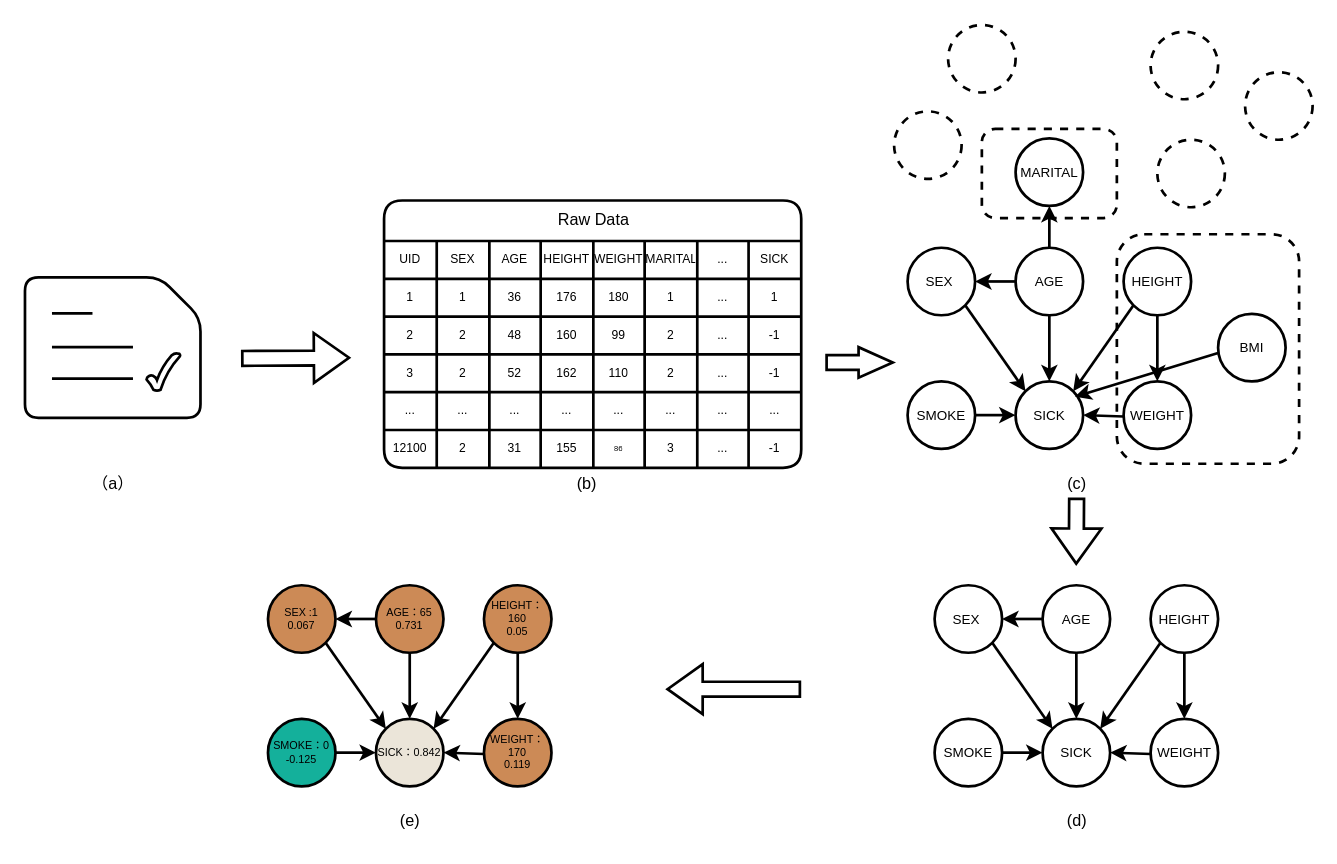
The draw.io diagram Untitled Diagram.drawio in pardonpardon/graph, before the edit. Source tidied: cells renumbered, new cells numbered last; positions are measured from the earlier drawing's top-left corner, leaving out a move shared by most shapes. Both pictures are drawn from the tidied source at 135%, with x=0, y=0 at pixel (24, 24).
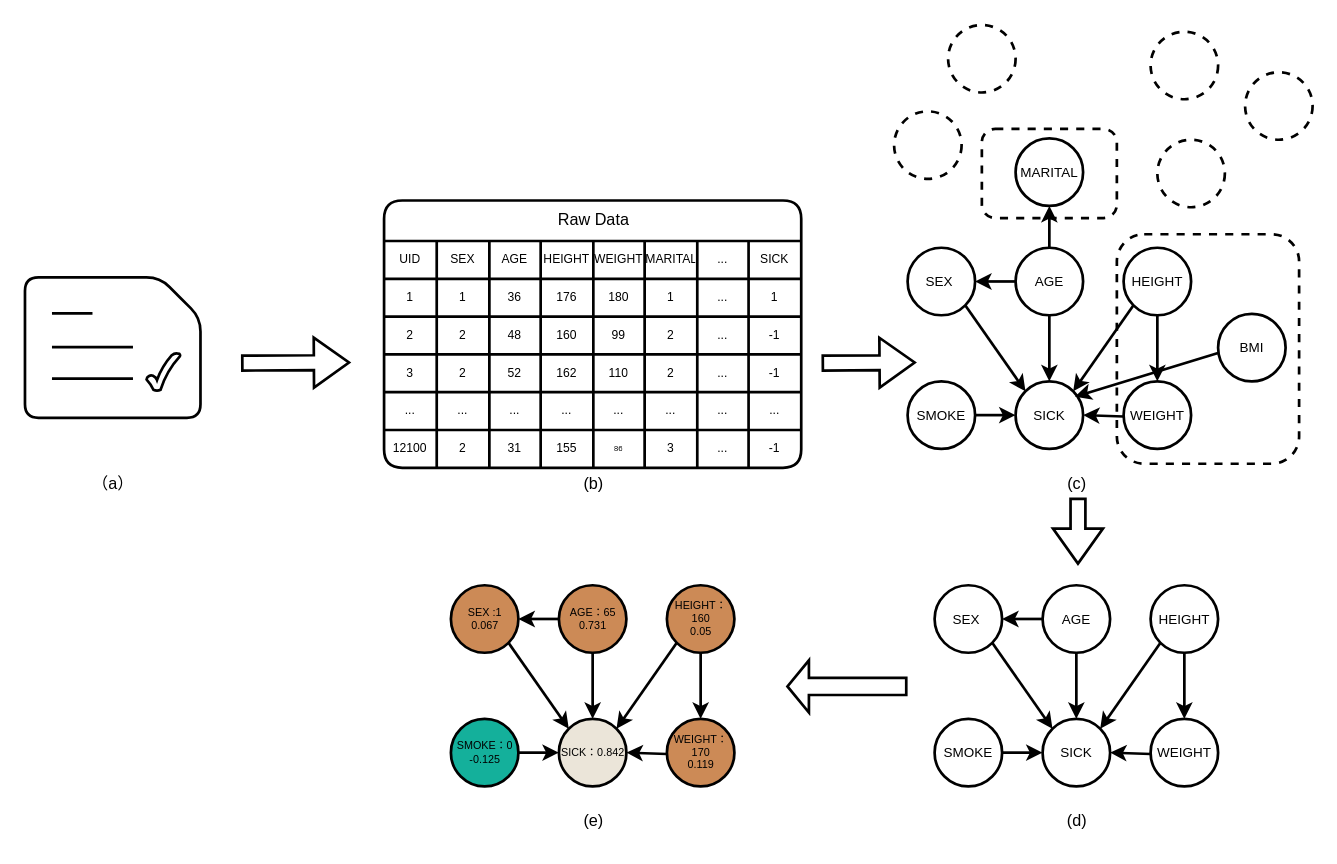
After the change.

Change to the diagram source:
```diff
@@
-    <mxCell id="4" style="shape=partialRectangle;html=1;whiteSpace=wrap;overflow=hidden;fillColor=none;top=0;left=0;bottom=0;right=0;rounded=0;glass=0;fontFamily=Helvetica;fontSize=10;fontColor=default;startSize=30;strokeColor=#c0c0c0;shadow=1;" parent="1" vertex="1">
-      <mxGeometry x="820" y="390" width="60" height="40" as="geometry" />
-    </mxCell>
@@
     <mxCell id="60" style="shape=flexArrow;endArrow=classic;html=1;rounded=0;fontFamily=Helvetica;fontSize=9;fontColor=default;startSize=0;endWidth=24;endSize=8;width=10;strokeWidth=2;" parent="1" edge="1">
       <mxGeometry relative="1" as="geometry">
-        <mxPoint x="160" y="247" as="sourcePoint" />
-        <mxPoint x="241" y="246.5" as="targetPoint" />
+        <mxPoint x="160" y="250.5" as="sourcePoint" />
+        <mxPoint x="241" y="250" as="targetPoint" />
       </mxGeometry>
     </mxCell>
-    <mxCell id="61" style="shape=flexArrow;endArrow=classic;html=1;rounded=0;fontFamily=Helvetica;fontSize=9;fontColor=default;startSize=0;endWidth=9.67741935483871;endSize=7.774193548387097;width=10;strokeWidth=2;" parent="1" edge="1">
-      <mxGeometry relative="1" as="geometry">
-        <mxPoint x="592.8" y="250" as="sourcePoint" />
-        <mxPoint x="643.8" y="250" as="targetPoint" />
-      </mxGeometry>
-    </mxCell>
     <mxCell id="62" value="&lt;font style=&quot;font-size: 8px;&quot;&gt;SEX :1&lt;br style=&quot;font-size: 8px;&quot;&gt;0.067&lt;/font&gt;" style="ellipse;whiteSpace=wrap;html=1;fontFamily=Helvetica;fontSize=8;fontColor=#000000;strokeColor=#000000;fillColor=#cc8a56;strokeWidth=2;" parent="1" vertex="1">
-      <mxGeometry x="180" y="415" width="50" height="50" as="geometry" />
+      <mxGeometry x="315.5" y="415" width="50" height="50" as="geometry" />
     </mxCell>
     <mxCell id="63" value="&lt;font style=&quot;font-size: 8px;&quot;&gt;AGE：65&lt;br style=&quot;font-size: 8px;&quot;&gt;0.731&lt;/font&gt;" style="ellipse;whiteSpace=wrap;html=1;fontFamily=Helvetica;fontSize=8;fontColor=#000000;strokeColor=#000000;fillColor=#cc8a56;strokeWidth=2;" parent="1" vertex="1">
-      <mxGeometry x="260" y="415" width="50" height="50" as="geometry" />
+      <mxGeometry x="395.5" y="415" width="50" height="50" as="geometry" />
     </mxCell>
     <mxCell id="64" value="&lt;font style=&quot;font-size: 8px;&quot;&gt;HEIGHT：160&lt;br style=&quot;font-size: 8px;&quot;&gt;0.05&lt;/font&gt;" style="ellipse;whiteSpace=wrap;html=1;fontFamily=Helvetica;fontSize=8;fontColor=#000000;strokeColor=#000000;fillColor=#cc8a56;strokeWidth=2;" parent="1" vertex="1">
-      <mxGeometry x="340" y="415" width="50" height="50" as="geometry" />
+      <mxGeometry x="475.5" y="415" width="50" height="50" as="geometry" />
     </mxCell>
     <mxCell id="65" value="&lt;font style=&quot;font-size: 8px;&quot;&gt;SICK：0.842&lt;/font&gt;" style="ellipse;whiteSpace=wrap;html=1;fontFamily=Helvetica;fontSize=8;fontColor=#000000;strokeColor=#000000;fillColor=#ebe5d9;strokeWidth=2;" parent="1" vertex="1">
-      <mxGeometry x="260" y="514" width="50" height="50" as="geometry" />
+      <mxGeometry x="395.5" y="514" width="50" height="50" as="geometry" />
     </mxCell>
     <mxCell id="66" value="&lt;font style=&quot;font-size: 8px;&quot;&gt;WEIGHT：170&lt;br style=&quot;font-size: 8px;&quot;&gt;0.119&lt;/font&gt;" style="ellipse;whiteSpace=wrap;html=1;fontFamily=Helvetica;fontSize=8;fontColor=#000000;strokeColor=#000000;fillColor=#cc8a56;strokeWidth=2;" parent="1" vertex="1">
-      <mxGeometry x="340" y="514" width="50" height="50" as="geometry" />
+      <mxGeometry x="475.5" y="514" width="50" height="50" as="geometry" />
     </mxCell>
     <mxCell id="67" value="&lt;font style=&quot;font-size: 8px;&quot;&gt;SMOKE：0&lt;br style=&quot;font-size: 8px;&quot;&gt;-0.125&lt;/font&gt;" style="ellipse;whiteSpace=wrap;html=1;fontFamily=Helvetica;fontSize=8;fontColor=#000000;strokeColor=#000000;fillColor=#14b09b;strokeWidth=2;" parent="1" vertex="1">
-      <mxGeometry x="180" y="514" width="50" height="50" as="geometry" />
+      <mxGeometry x="315.5" y="514" width="50" height="50" as="geometry" />
     </mxCell>
@@
     <mxCell id="69" style="endArrow=classic;html=1;rounded=0;fontFamily=Helvetica;fontSize=8;fontColor=#000000;entryX=1;entryY=0.5;entryDx=0;entryDy=0;strokeWidth=2;" parent="1" edge="1" target="62">
       <mxGeometry relative="1" as="geometry">
-        <mxPoint x="260" y="440" as="sourcePoint" />
+        <mxPoint x="395.5" y="440" as="sourcePoint" />
       </mxGeometry>
     </mxCell>
@@
     <mxCell id="74" style="endArrow=classic;html=1;rounded=0;fontFamily=Helvetica;fontSize=8;fontColor=#000000;entryX=1;entryY=0.5;entryDx=0;entryDy=0;strokeWidth=2;" parent="1" edge="1" target="65">
       <mxGeometry relative="1" as="geometry">
-        <mxPoint x="340" y="540" as="sourcePoint" />
+        <mxPoint x="475.5" y="540" as="sourcePoint" />
       </mxGeometry>
     </mxCell>
     <mxCell id="75" value="(b)" style="text;html=1;align=center;verticalAlign=middle;strokeColor=none;fillColor=none;strokeWidth=4;fontSize=12;" parent="1" vertex="1">
-      <mxGeometry x="396" y="325" width="40" height="30" as="geometry" />
+      <mxGeometry x="400.5" y="325" width="40" height="30" as="geometry" />
     </mxCell>
@@
     <mxCell id="78" value="(e)" style="text;html=1;align=center;verticalAlign=middle;strokeColor=none;fillColor=none;strokeWidth=4;fontSize=12;" parent="1" vertex="1">
-      <mxGeometry x="265" y="575" width="40" height="30" as="geometry" />
+      <mxGeometry x="400.5" y="575" width="40" height="30" as="geometry" />
     </mxCell>
-    <mxCell id="79" style="shape=flexArrow;endArrow=classic;html=1;rounded=0;fontFamily=Helvetica;fontSize=10;fontColor=default;startSize=0;endWidth=24;endSize=8;width=10;strokeWidth=2;" parent="1" edge="1">
-      <mxGeometry relative="1" as="geometry">
-        <mxPoint x="575" y="492" as="sourcePoint" />
-        <mxPoint x="475" y="492" as="targetPoint" />
-      </mxGeometry>
-    </mxCell>
@@
-    <mxCell id="121" style="shape=flexArrow;endArrow=classic;html=1;rounded=0;fontFamily=Helvetica;fontSize=10;fontColor=default;startSize=0;endWidth=24;endSize=8;width=10;strokeWidth=2;" parent="1" edge="1">
-      <mxGeometry relative="1" as="geometry">
-        <mxPoint x="779" y="350" as="sourcePoint" />
-        <mxPoint x="778.7" y="400" as="targetPoint" />
-      </mxGeometry>
-    </mxCell>
+    <mxCell id="122" style="shape=flexArrow;endArrow=classic;html=1;rounded=0;fontFamily=Helvetica;fontSize=9;fontColor=default;startSize=0;endWidth=24;endSize=8;width=10;strokeWidth=2;" parent="1" edge="1">
+      <mxGeometry relative="1" as="geometry">
+        <mxPoint x="590" y="250.5" as="sourcePoint" />
+        <mxPoint x="660" y="250" as="targetPoint" />
+      </mxGeometry>
+    </mxCell>
+    <mxCell id="123" style="shape=flexArrow;endArrow=classic;html=1;rounded=0;fontFamily=Helvetica;fontSize=9;fontColor=default;startSize=0;endWidth=24;endSize=8;width=10;strokeWidth=2;" parent="1" edge="1">
+      <mxGeometry relative="1" as="geometry">
+        <mxPoint x="780" y="350" as="sourcePoint" />
+        <mxPoint x="780" y="400" as="targetPoint" />
+      </mxGeometry>
+    </mxCell>
+    <mxCell id="124" style="shape=flexArrow;endArrow=classic;html=1;rounded=0;fontFamily=Helvetica;fontSize=9;fontColor=default;startSize=0;endWidth=24;endSize=4.633333333333333;width=11.666666666666668;strokeWidth=2;" parent="1" edge="1">
+      <mxGeometry relative="1" as="geometry">
+        <mxPoint x="653.8" y="490" as="sourcePoint" />
+        <mxPoint x="563.8" y="490" as="targetPoint" />
+      </mxGeometry>
+    </mxCell>
```
